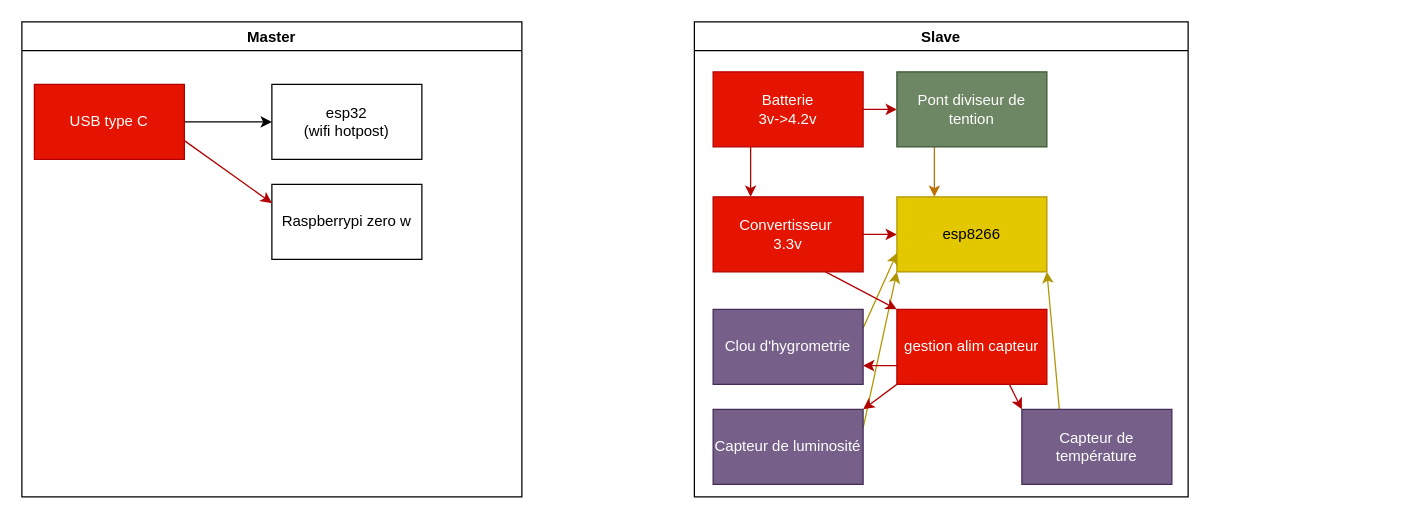
This is Doc/Schéma.drawio from NinoZore/Projet_Gabi, a draw.io file, before an edit. Source tidied: cells renumbered, new cells numbered last; positions are measured from the earlier drawing's top-left corner, leaving out a move shared by most shapes. Both pictures are drawn from the tidied source at 125%, with x=0, y=0 at pixel (21, 21).
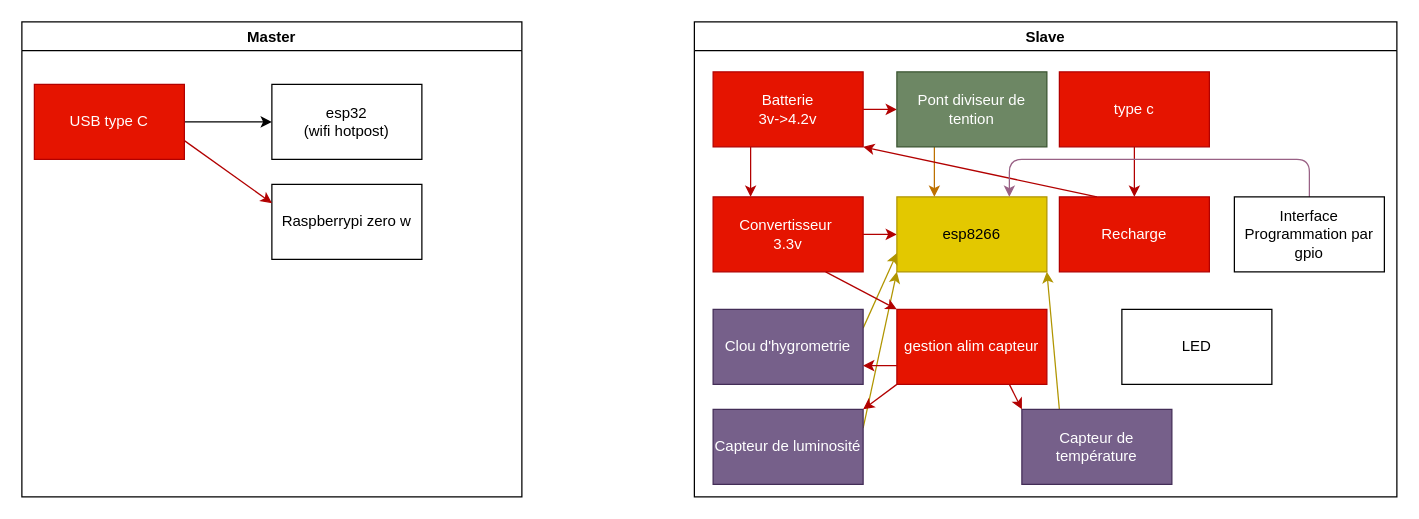
The same page after the edit.

Unchanged cells that the change refers to:
```xml
<mxCell id="11" value="Batterie&lt;br&gt;3v-&amp;gt;4.2v" style="rounded=0;whiteSpace=wrap;html=1;fillColor=#e51400;fontColor=#ffffff;strokeColor=#B20000;" parent="8" vertex="1">
  <mxGeometry x="15" y="40" width="120" height="60" as="geometry" />
</mxCell>
<mxCell id="14" value="esp8266" style="rounded=0;whiteSpace=wrap;html=1;fillColor=#e3c800;fontColor=#000000;strokeColor=#B09500;" parent="8" vertex="1">
  <mxGeometry x="162" y="140" width="120" height="60" as="geometry" />
</mxCell>
```

Change to the diagram source:
```diff
@@
     <mxCell id="8" value="Slave" style="swimlane;" parent="1" vertex="1">
-      <mxGeometry x="538" width="395" height="380" as="geometry" />
+      <mxGeometry x="538" width="562" height="380" as="geometry" />
     </mxCell>
@@
+    <mxCell id="28" style="edgeStyle=none;html=1;exitX=0.5;exitY=1;exitDx=0;exitDy=0;entryX=0.5;entryY=0;entryDx=0;entryDy=0;fillColor=#e51400;strokeColor=#B20000;" parent="8" edge="1" source="29" target="31">
+      <mxGeometry relative="1" as="geometry" />
+    </mxCell>
+    <mxCell id="29" value="type c" style="rounded=0;whiteSpace=wrap;html=1;fillColor=#e51400;fontColor=#ffffff;strokeColor=#B20000;" parent="8" vertex="1">
+      <mxGeometry x="292" y="40" width="120" height="60" as="geometry" />
+    </mxCell>
+    <mxCell id="30" style="edgeStyle=none;html=1;exitX=0.25;exitY=0;exitDx=0;exitDy=0;entryX=1;entryY=1;entryDx=0;entryDy=0;fillColor=#e51400;strokeColor=#B20000;" parent="8" edge="1" source="31" target="11">
+      <mxGeometry relative="1" as="geometry" />
+    </mxCell>
+    <mxCell id="31" value="Recharge" style="rounded=0;whiteSpace=wrap;html=1;fillColor=#e51400;fontColor=#ffffff;strokeColor=#B20000;" parent="8" vertex="1">
+      <mxGeometry x="292" y="140" width="120" height="60" as="geometry" />
+    </mxCell>
+    <mxCell id="32" value="LED" style="rounded=0;whiteSpace=wrap;html=1;" parent="8" vertex="1">
+      <mxGeometry x="342" y="230" width="120" height="60" as="geometry" />
+    </mxCell>
+    <mxCell id="33" style="edgeStyle=none;html=1;exitX=0.5;exitY=0;exitDx=0;exitDy=0;entryX=0.75;entryY=0;entryDx=0;entryDy=0;fillColor=#e6d0de;strokeColor=#996185;gradientColor=#d5739d;" parent="8" edge="1" source="34" target="14">
+      <mxGeometry relative="1" as="geometry">
+        <Array as="points">
+          <mxPoint x="492" y="110" />
+          <mxPoint x="252" y="110" />
+        </Array>
+      </mxGeometry>
+    </mxCell>
+    <mxCell id="34" value="Interface Programmation par gpio" style="rounded=0;whiteSpace=wrap;html=1;" parent="8" vertex="1">
+      <mxGeometry x="432" y="140" width="120" height="60" as="geometry" />
+    </mxCell>
```
